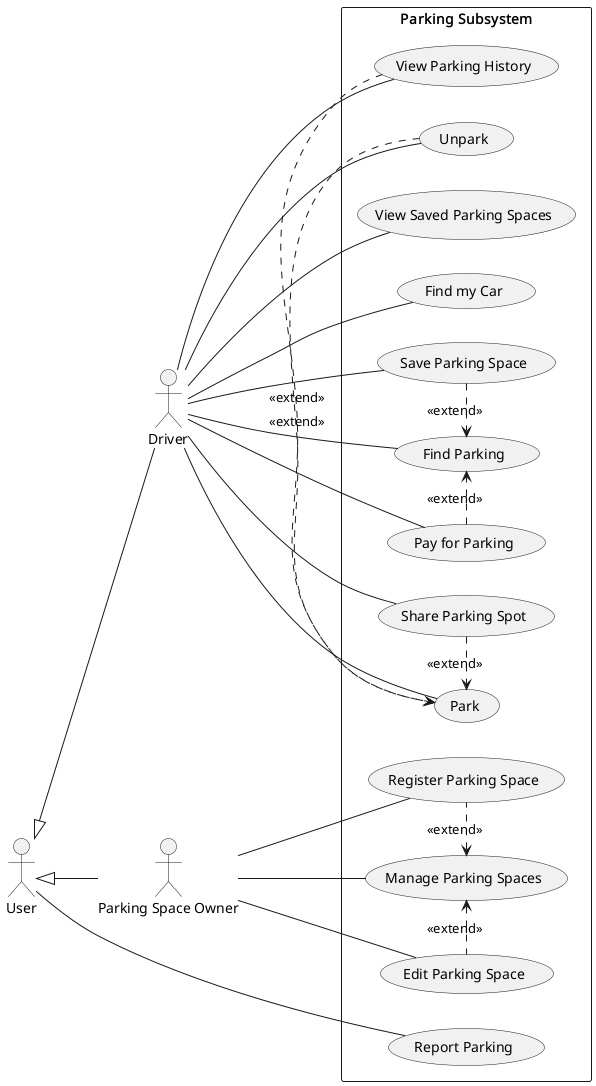
Earlier version of the PlantUML export images/use-cases-parking.png (YannisRavasopoulos/ProjectSD_S6).
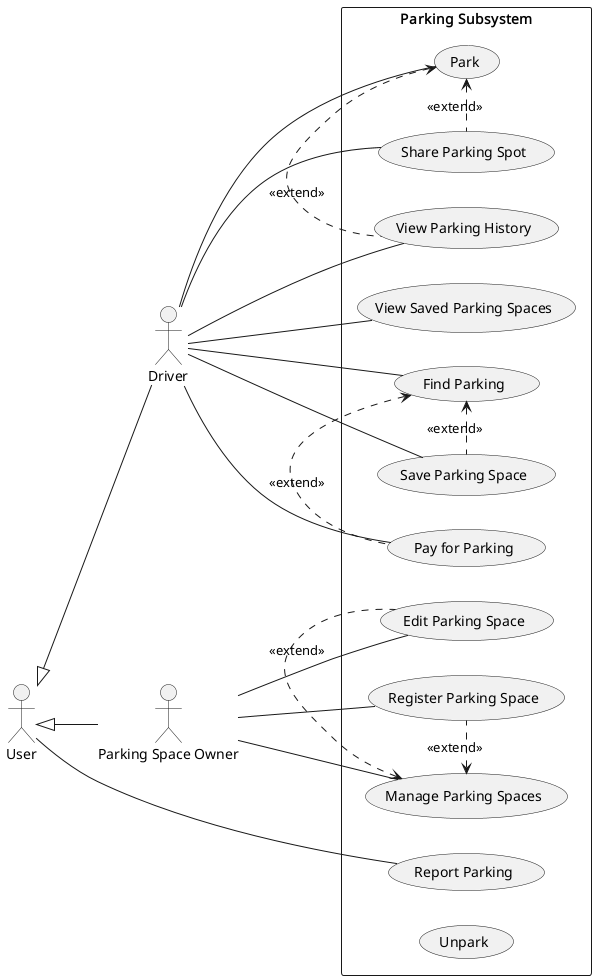
The same diagram one commit later.

Commit message:
Remove Find my Car. Covered by View Parking History

What changed in the source:
```diff
@@ -12,7 +12,6 @@
 rectangle "Parking Subsystem" {
     usecase "Report Parking"
     usecase "Park"
-    usecase "Unpark"
     usecase "Find Parking"
     usecase "Register Parking Space"
     usecase "Edit Parking Space"
@@ -21,8 +20,8 @@
     usecase "View Saved Parking Spaces"
     usecase "Save Parking Space"
     usecase "Pay for Parking"
-    usecase "Find my Car"
     usecase "Manage Parking Spaces"
+    usecase "Unpark"
 }
 
 "User" -- "Report Parking"
@@ -33,20 +32,17 @@
 "Driver" -- "Share Parking Spot"
 "Driver" -- "Find Parking"
 "Driver" -- "Park"
-"Driver" -- "Unpark"
 "Driver" -- "Pay for Parking"
-"Driver" -- "Find my Car"
 
 "Parking Space Owner" -- "Register Parking Space"
 "Parking Space Owner" -- "Edit Parking Space"
 "Parking Space Owner" -- "Manage Parking Spaces"
 
-"Save Parking Space" .> "Find Parking": "<<extend>>"
-"Pay for Parking" .> "Find Parking": "<<extend>>"
+"Find Parking" <. "Save Parking Space": "<<extend>>"
+"Find Parking" <. "Pay for Parking": "<<extend>>"
 
-"Share Parking Spot" .> "Park": "<<extend>>"
-"View Parking History" .> "Park": "<<extend>>"
-"Unpark" .> "Park": "<<extend>>"
+"Park" <. "Share Parking Spot": "<<extend>>"
+"Park" <. "View Parking History": "<<extend>>"
 
 "Manage Parking Spaces" <. "Edit Parking Space": "<<extend>>"
 "Manage Parking Spaces" <. "Register Parking Space": "<<extend>>"
```
